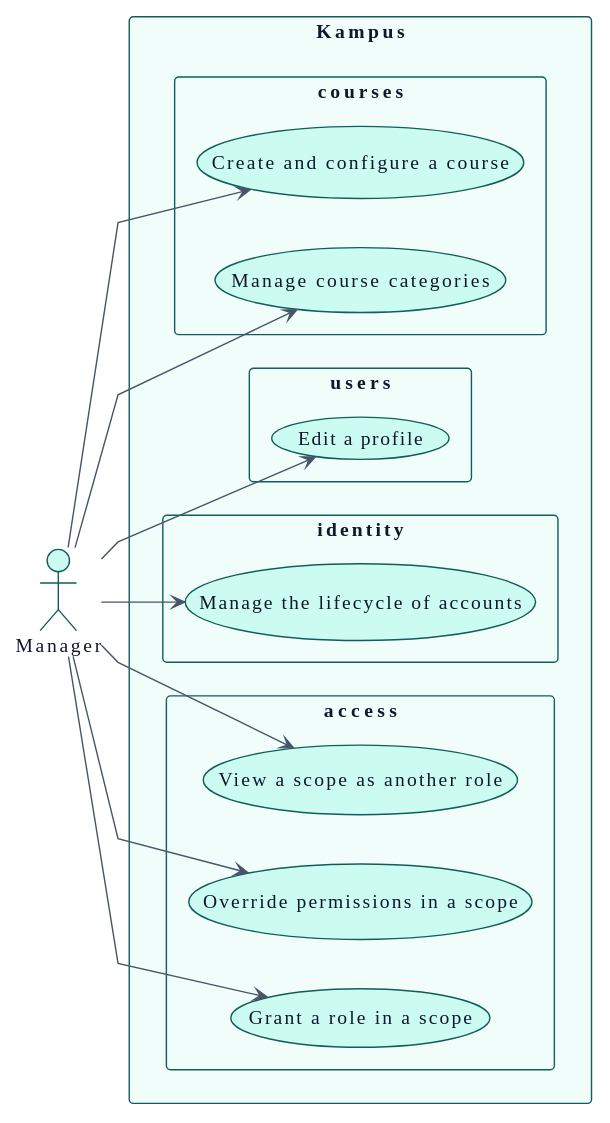
Before: docs/01-requirements/use-cases-manager.svg, a diagram exported from PlantUML (didactika/kampus).
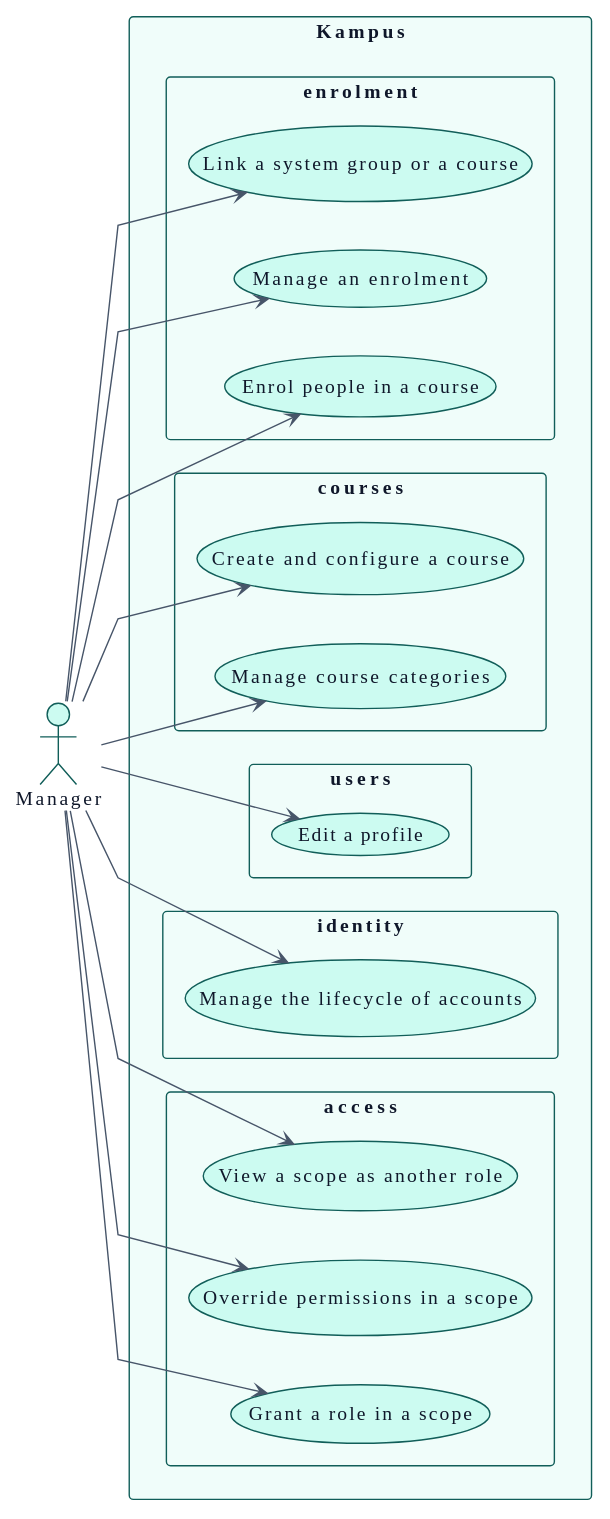
Later version of the same file.

Diff of the diagram source:
```diff
@@ -124,6 +124,11 @@
     usecase "Manage course categories" as UC_manageCategories
     usecase "Create and configure a course" as UC_createCourse
   }
+  package "enrolment" {
+    usecase "Enrol people in a course" as UC_enrolPeople
+    usecase "Manage an enrolment" as UC_manageEnrolment
+    usecase "Link a system group or a course" as UC_linkEnrolmentSource
+  }
 }
 
 A_Manager --> UC_grantRole
@@ -133,4 +138,7 @@
 A_Manager --> UC_editProfile
 A_Manager --> UC_manageCategories
 A_Manager --> UC_createCourse
+A_Manager --> UC_enrolPeople
+A_Manager --> UC_manageEnrolment
+A_Manager --> UC_linkEnrolmentSource
 @enduml
```
